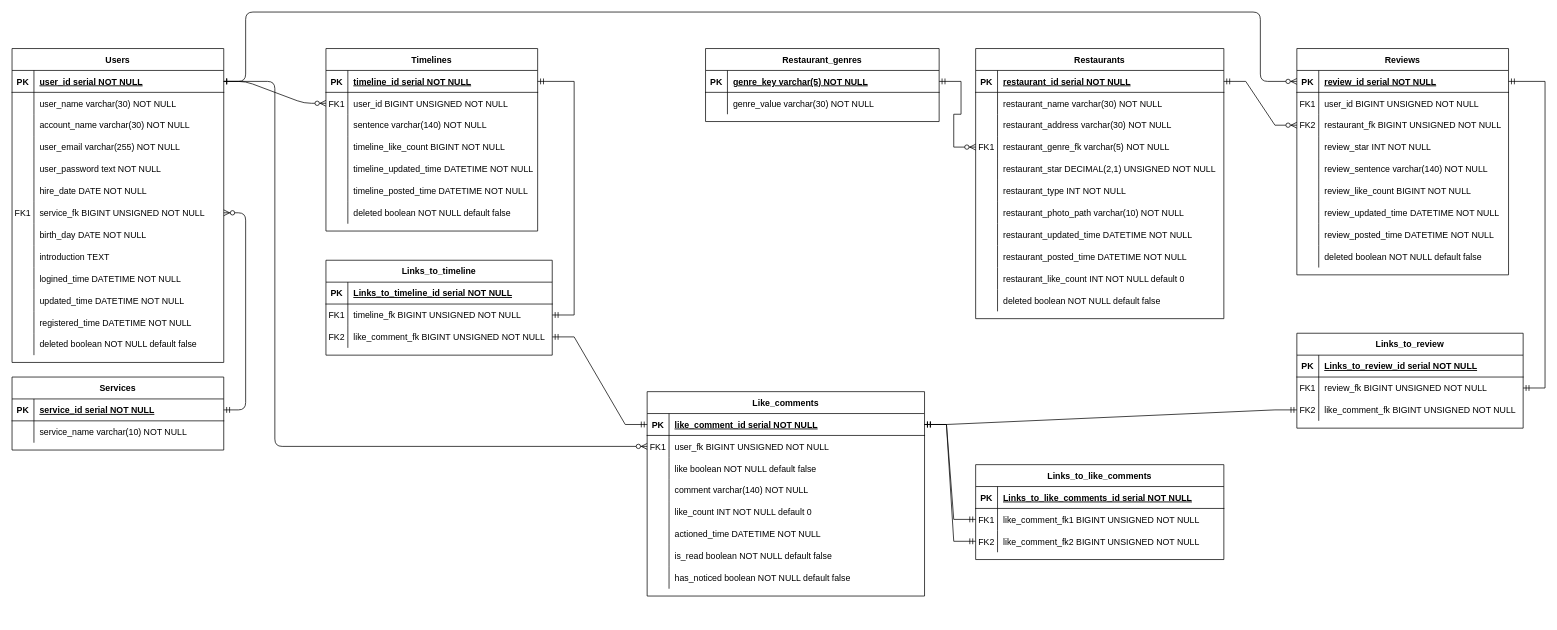
The draw.io diagram document/データベースER図.drawio in jumpei-kurata/SNS-API-BATCH, before the edit. Source tidied: cells renumbered, new cells numbered last; positions are measured from the earlier drawing's top-left corner, leaving out a move shared by most shapes. Both pictures are drawn from the tidied source at 73%, with x=0, y=0 at pixel (12, 12).
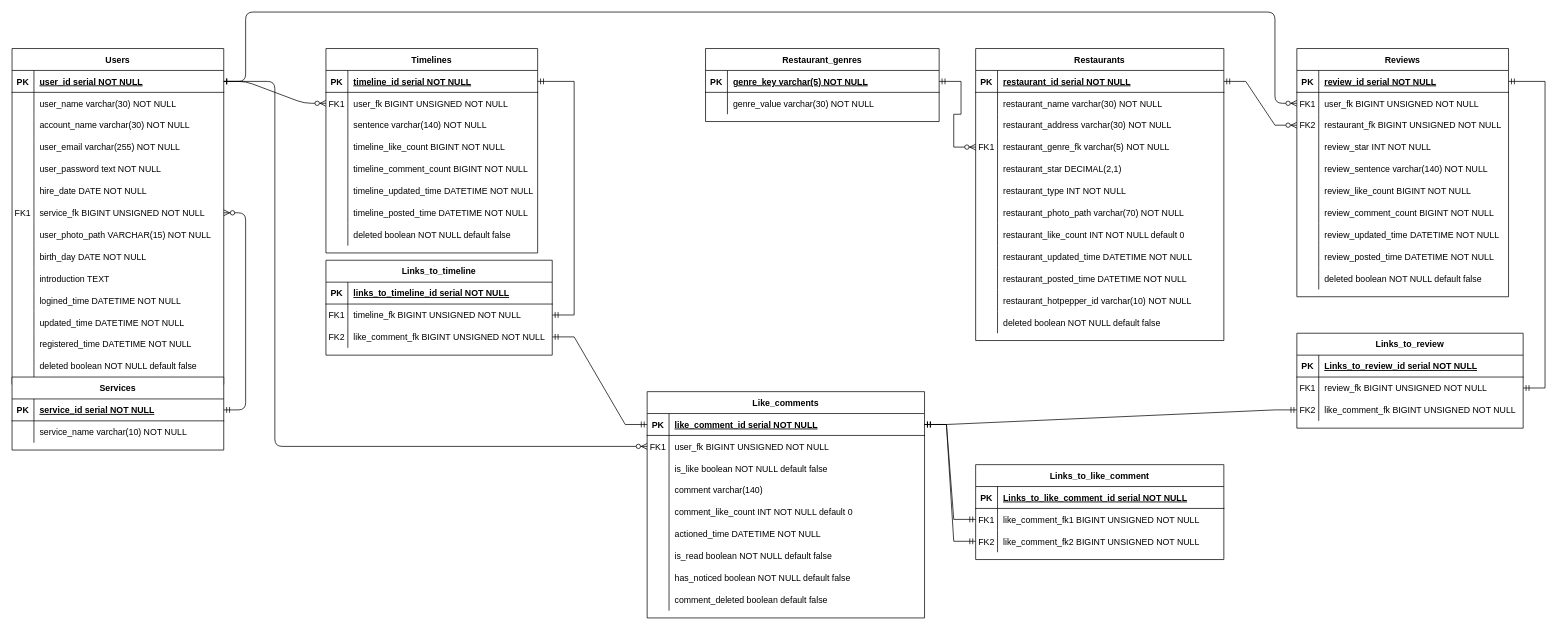
Above is the later version.

Commit message (it also covers changes not shown here):
SQL文を作成しました。 また、ER図も合わせて作成しました。

Unchanged cells that the change refers to:
```xml
<mxCell id="7" style="shape=partialRectangle;fillColor=none;points=[[0,0.5],[1,0.5]];portConstraint=eastwest;top=0;left=0;right=0;bottom=0;" parent="3" vertex="1">
  <mxGeometry y="60" width="290" height="30" as="geometry" />
</mxCell>
<mxCell id="26" style="shape=partialRectangle;fillColor=none;points=[[0,0.5],[1,0.5]];portConstraint=eastwest;top=0;left=0;right=0;bottom=1;" parent="25" vertex="1">
  <mxGeometry y="30" width="290" height="30" as="geometry" />
</mxCell>
<mxCell id="86" style="shape=partialRectangle;fillColor=none;top=0;left=0;right=0;bottom=0;" parent="73" vertex="1">
  <mxGeometry y="150" width="340" height="30" as="geometry" />
</mxCell>
<mxCell id="92" style="shape=partialRectangle;fillColor=none;top=0;left=0;right=0;bottom=0;" parent="73" vertex="1">
  <mxGeometry y="210" width="340" height="30" as="geometry" />
</mxCell>
<mxCell id="114" style="shape=partialRectangle;fillColor=none;top=0;left=0;right=0;bottom=0;" parent="107" vertex="1">
  <mxGeometry y="90" width="380" height="30" as="geometry" />
</mxCell>
<mxCell id="117" style="shape=partialRectangle;fillColor=none;top=0;left=0;right=0;bottom=0;" parent="107" vertex="1">
  <mxGeometry y="120" width="380" height="30" as="geometry" />
</mxCell>
<mxCell id="120" style="shape=partialRectangle;fillColor=none;top=0;left=0;right=0;bottom=0;" parent="107" vertex="1">
  <mxGeometry y="150" width="380" height="30" as="geometry" />
</mxCell>
<mxCell id="133" style="shape=partialRectangle;fillColor=none;top=0;left=0;right=0;bottom=1;" parent="132" vertex="1">
  <mxGeometry y="30" width="310" height="30" as="geometry" />
</mxCell>
<mxCell id="146" style="shape=partialRectangle;fillColor=none;points=[[0,0.5],[1,0.5]];portConstraint=eastwest;top=0;left=0;right=0;bottom=1;" parent="145" vertex="1">
  <mxGeometry y="30" width="290" height="30" as="geometry" />
</mxCell>
<mxCell id="149" style="shape=partialRectangle;fillColor=none;points=[[0,0.5],[1,0.5]];portConstraint=eastwest;top=0;left=0;right=0;bottom=0;" parent="145" vertex="1">
  <mxGeometry y="60" width="290" height="30" as="geometry" />
</mxCell>
<mxCell id="184" style="shape=partialRectangle;fillColor=none;top=0;left=0;right=0;bottom=1;" parent="183" vertex="1">
  <mxGeometry y="30" width="340" height="30" as="geometry" />
</mxCell>
```

Diff of the diagram source:
```diff
@@
     <mxCell id="3" value="Timelines" style="shape=table;startSize=30;childLayout=tableLayout;rowLines=0;fontStyle=1;align=center;" parent="1" vertex="1">
-      <mxGeometry x="430" y="50" width="290" height="250" as="geometry" />
+      <mxGeometry x="430" y="50" width="290" height="280" as="geometry" />
     </mxCell>
@@
-    <mxCell id="9" value="user_id BIGINT UNSIGNED NOT NULL" style="shape=partialRectangle;overflow=hidden;fillColor=none;top=0;left=0;bottom=0;right=0;align=left;spacingLeft=6;" parent="7" vertex="1">
+    <mxCell id="9" value="user_fk BIGINT UNSIGNED NOT NULL" style="shape=partialRectangle;overflow=hidden;fillColor=none;top=0;left=0;bottom=0;right=0;align=left;spacingLeft=6;" parent="7" vertex="1">
       <mxGeometry x="30" width="260" height="30" as="geometry" />
     </mxCell>
@@
+    <mxCell id="208" style="shape=partialRectangle;fillColor=none;top=0;left=0;right=0;bottom=0;" parent="3" vertex="1">
+      <mxGeometry y="150" width="290" height="30" as="geometry" />
+    </mxCell>
+    <mxCell id="209" style="shape=partialRectangle;overflow=hidden;fillColor=none;top=0;left=0;bottom=0;right=0;" parent="208" vertex="1">
+      <mxGeometry width="30" height="30" as="geometry" />
+    </mxCell>
+    <mxCell id="210" value="timeline_comment_count BIGINT NOT NULL" style="shape=partialRectangle;overflow=hidden;fillColor=none;top=0;left=0;bottom=0;right=0;align=left;spacingLeft=6;" parent="208" vertex="1">
+      <mxGeometry x="30" width="260" height="30" as="geometry" />
+    </mxCell>
     <mxCell id="16" style="shape=partialRectangle;fillColor=none;top=0;left=0;right=0;bottom=0;" parent="3" vertex="1">
-      <mxGeometry y="150" width="290" height="30" as="geometry" />
+      <mxGeometry y="180" width="290" height="30" as="geometry" />
     </mxCell>
@@
     <mxCell id="19" style="shape=partialRectangle;fillColor=none;top=0;left=0;right=0;bottom=0;" parent="3" vertex="1">
-      <mxGeometry y="180" width="290" height="30" as="geometry" />
+      <mxGeometry y="210" width="290" height="30" as="geometry" />
     </mxCell>
@@
     <mxCell id="22" style="shape=partialRectangle;fillColor=none;top=0;left=0;right=0;bottom=0;" parent="3" vertex="1">
-      <mxGeometry y="210" width="290" height="30" as="geometry" />
+      <mxGeometry y="240" width="290" height="30" as="geometry" />
     </mxCell>
@@
     <mxCell id="25" value="Users" style="shape=table;startSize=30;childLayout=tableLayout;rowLines=0;fontStyle=1;align=center;" parent="1" vertex="1">
-      <mxGeometry y="50" width="290" height="430" as="geometry" />
+      <mxGeometry y="50" width="290" height="460" as="geometry" />
     </mxCell>
@@
+    <mxCell id="211" style="shape=partialRectangle;fillColor=none;top=0;left=0;right=0;bottom=0;" parent="25" vertex="1">
+      <mxGeometry y="240" width="290" height="30" as="geometry" />
+    </mxCell>
+    <mxCell id="212" style="shape=partialRectangle;overflow=hidden;fillColor=none;top=0;left=0;bottom=0;right=0;" parent="211" vertex="1">
+      <mxGeometry width="30" height="30" as="geometry" />
+    </mxCell>
+    <mxCell id="213" value="user_photo_path VARCHAR(15) NOT NULL" style="shape=partialRectangle;overflow=hidden;fillColor=none;top=0;left=0;bottom=0;right=0;align=left;spacingLeft=6;" parent="211" vertex="1">
+      <mxGeometry x="30" width="260" height="30" as="geometry" />
+    </mxCell>
     <mxCell id="47" style="shape=partialRectangle;fillColor=none;top=0;left=0;right=0;bottom=0;" parent="25" vertex="1">
-      <mxGeometry y="240" width="290" height="30" as="geometry" />
+      <mxGeometry y="270" width="290" height="30" as="geometry" />
     </mxCell>
@@
     <mxCell id="50" style="shape=partialRectangle;fillColor=none;top=0;left=0;right=0;bottom=0;" parent="25" vertex="1">
-      <mxGeometry y="270" width="290" height="30" as="geometry" />
+      <mxGeometry y="300" width="290" height="30" as="geometry" />
     </mxCell>
@@
     <mxCell id="53" style="shape=partialRectangle;fillColor=none;top=0;left=0;right=0;bottom=0;" parent="25" vertex="1">
-      <mxGeometry y="300" width="290" height="30" as="geometry" />
+      <mxGeometry y="330" width="290" height="30" as="geometry" />
     </mxCell>
@@
     <mxCell id="56" style="shape=partialRectangle;fillColor=none;top=0;left=0;right=0;bottom=0;" parent="25" vertex="1">
-      <mxGeometry y="330" width="290" height="30" as="geometry" />
+      <mxGeometry y="360" width="290" height="30" as="geometry" />
     </mxCell>
@@
     <mxCell id="59" style="shape=partialRectangle;fillColor=none;top=0;left=0;right=0;bottom=0;" parent="25" vertex="1">
-      <mxGeometry y="360" width="290" height="30" as="geometry" />
+      <mxGeometry y="390" width="290" height="30" as="geometry" />
     </mxCell>
@@
     <mxCell id="62" style="shape=partialRectangle;fillColor=none;top=0;left=0;right=0;bottom=0;" parent="25" vertex="1">
-      <mxGeometry y="390" width="290" height="30" as="geometry" />
+      <mxGeometry y="420" width="290" height="30" as="geometry" />
     </mxCell>
@@
     <mxCell id="73" value="Restaurants" style="shape=table;startSize=30;childLayout=tableLayout;rowLines=0;fontStyle=1;align=center;" parent="1" vertex="1">
-      <mxGeometry x="1320" y="50" width="340" height="370" as="geometry" />
+      <mxGeometry x="1320" y="50" width="340" height="400" as="geometry" />
     </mxCell>
@@
-    <mxCell id="88" value="restaurant_star DECIMAL(2,1) UNSIGNED NOT NULL" style="shape=partialRectangle;overflow=hidden;fillColor=none;top=0;left=0;bottom=0;right=0;align=left;spacingLeft=6;" parent="86" vertex="1">
+    <mxCell id="88" value="restaurant_star DECIMAL(2,1)" style="shape=partialRectangle;overflow=hidden;fillColor=none;top=0;left=0;bottom=0;right=0;align=left;spacingLeft=6;" parent="86" vertex="1">
       <mxGeometry x="30" width="310" height="30" as="geometry" />
     </mxCell>
@@
-    <mxCell id="94" value="restaurant_photo_path varchar(10) NOT NULL" style="shape=partialRectangle;overflow=hidden;fillColor=none;top=0;left=0;bottom=0;right=0;align=left;spacingLeft=6;" parent="92" vertex="1">
+    <mxCell id="94" value="restaurant_photo_path varchar(70) NOT NULL" style="shape=partialRectangle;overflow=hidden;fillColor=none;top=0;left=0;bottom=0;right=0;align=left;spacingLeft=6;" parent="92" vertex="1">
       <mxGeometry x="30" width="310" height="30" as="geometry" />
     </mxCell>
+    <mxCell id="101" style="shape=partialRectangle;fillColor=none;top=0;left=0;right=0;bottom=0;" parent="73" vertex="1">
+      <mxGeometry y="240" width="340" height="30" as="geometry" />
+    </mxCell>
+    <mxCell id="102" style="shape=partialRectangle;overflow=hidden;fillColor=none;top=0;left=0;bottom=0;right=0;" parent="101" vertex="1">
+      <mxGeometry width="30" height="30" as="geometry" />
+    </mxCell>
+    <mxCell id="103" value="restaurant_like_count INT NOT NULL default 0" style="shape=partialRectangle;overflow=hidden;fillColor=none;top=0;left=0;bottom=0;right=0;align=left;spacingLeft=6;" parent="101" vertex="1">
+      <mxGeometry x="30" width="310" height="30" as="geometry" />
+    </mxCell>
     <mxCell id="95" style="shape=partialRectangle;fillColor=none;top=0;left=0;right=0;bottom=0;" parent="73" vertex="1">
-      <mxGeometry y="240" width="340" height="30" as="geometry" />
+      <mxGeometry y="270" width="340" height="30" as="geometry" />
     </mxCell>
@@
     <mxCell id="98" style="shape=partialRectangle;fillColor=none;top=0;left=0;right=0;bottom=0;" parent="73" vertex="1">
-      <mxGeometry y="270" width="340" height="30" as="geometry" />
+      <mxGeometry y="300" width="340" height="30" as="geometry" />
     </mxCell>
@@
-    <mxCell id="101" style="shape=partialRectangle;fillColor=none;top=0;left=0;right=0;bottom=0;" parent="73" vertex="1">
-      <mxGeometry y="300" width="340" height="30" as="geometry" />
-    </mxCell>
-    <mxCell id="102" style="shape=partialRectangle;overflow=hidden;fillColor=none;top=0;left=0;bottom=0;right=0;" parent="101" vertex="1">
-      <mxGeometry width="30" height="30" as="geometry" />
-    </mxCell>
-    <mxCell id="103" value="restaurant_like_count INT NOT NULL default 0" style="shape=partialRectangle;overflow=hidden;fillColor=none;top=0;left=0;bottom=0;right=0;align=left;spacingLeft=6;" parent="101" vertex="1">
-      <mxGeometry x="30" width="310" height="30" as="geometry" />
-    </mxCell>
+    <mxCell id="214" style="shape=partialRectangle;fillColor=none;top=0;left=0;right=0;bottom=0;" parent="73" vertex="1">
+      <mxGeometry y="330" width="340" height="30" as="geometry" />
+    </mxCell>
+    <mxCell id="215" style="shape=partialRectangle;overflow=hidden;fillColor=none;top=0;left=0;bottom=0;right=0;" parent="214" vertex="1">
+      <mxGeometry width="30" height="30" as="geometry" />
+    </mxCell>
+    <mxCell id="216" value="restaurant_hotpepper_id varchar(10) NOT NULL" style="shape=partialRectangle;overflow=hidden;fillColor=none;top=0;left=0;bottom=0;right=0;align=left;spacingLeft=6;" parent="214" vertex="1">
+      <mxGeometry x="30" width="310" height="30" as="geometry" />
+    </mxCell>
     <mxCell id="104" style="shape=partialRectangle;fillColor=none;top=0;left=0;right=0;bottom=0;" parent="73" vertex="1">
-      <mxGeometry y="330" width="340" height="30" as="geometry" />
+      <mxGeometry y="360" width="340" height="30" as="geometry" />
     </mxCell>
@@
     <mxCell id="107" value="Like_comments" style="shape=table;startSize=30;childLayout=tableLayout;rowLines=0;fontStyle=1;align=center;" parent="1" vertex="1">
-      <mxGeometry x="870" y="520" width="380" height="280" as="geometry" />
+      <mxGeometry x="870" y="520" width="380" height="310" as="geometry" />
     </mxCell>
@@
-    <mxCell id="116" value="like boolean NOT NULL default false" style="shape=partialRectangle;overflow=hidden;fillColor=none;top=0;left=0;bottom=0;right=0;align=left;spacingLeft=6;" parent="114" vertex="1">
+    <mxCell id="116" value="is_like boolean NOT NULL default false" style="shape=partialRectangle;overflow=hidden;fillColor=none;top=0;left=0;bottom=0;right=0;align=left;spacingLeft=6;" parent="114" vertex="1">
       <mxGeometry x="30" width="350" height="30" as="geometry" />
     </mxCell>
@@
-    <mxCell id="119" value="comment varchar(140) NOT NULL" style="shape=partialRectangle;overflow=hidden;fillColor=none;top=0;left=0;bottom=0;right=0;align=left;spacingLeft=6;" parent="117" vertex="1">
+    <mxCell id="119" value="comment varchar(140)" style="shape=partialRectangle;overflow=hidden;fillColor=none;top=0;left=0;bottom=0;right=0;align=left;spacingLeft=6;" parent="117" vertex="1">
       <mxGeometry x="30" width="350" height="30" as="geometry" />
     </mxCell>
@@
-    <mxCell id="122" value="like_count INT NOT NULL default 0" style="shape=partialRectangle;overflow=hidden;fillColor=none;top=0;left=0;bottom=0;right=0;align=left;spacingLeft=6;" parent="120" vertex="1">
+    <mxCell id="122" value="comment_like_count INT NOT NULL default 0" style="shape=partialRectangle;overflow=hidden;fillColor=none;top=0;left=0;bottom=0;right=0;align=left;spacingLeft=6;" parent="120" vertex="1">
       <mxGeometry x="30" width="350" height="30" as="geometry" />
     </mxCell>
@@
+    <mxCell id="217" style="shape=partialRectangle;fillColor=none;top=0;left=0;right=0;bottom=0;" parent="107" vertex="1">
+      <mxGeometry y="270" width="380" height="30" as="geometry" />
+    </mxCell>
+    <mxCell id="218" style="shape=partialRectangle;overflow=hidden;fillColor=none;top=0;left=0;bottom=0;right=0;" parent="217" vertex="1">
+      <mxGeometry width="30" height="30" as="geometry" />
+    </mxCell>
+    <mxCell id="219" value="comment_deleted boolean default false" style="shape=partialRectangle;overflow=hidden;fillColor=none;top=0;left=0;bottom=0;right=0;align=left;spacingLeft=6;" parent="217" vertex="1">
+      <mxGeometry x="30" width="350" height="30" as="geometry" />
+    </mxCell>
@@
-    <mxCell id="135" value="Links_to_timeline_id serial NOT NULL " style="shape=partialRectangle;overflow=hidden;fillColor=none;top=0;left=0;bottom=0;right=0;align=left;spacingLeft=6;fontStyle=5;" parent="133" vertex="1">
+    <mxCell id="135" value="links_to_timeline_id serial NOT NULL " style="shape=partialRectangle;overflow=hidden;fillColor=none;top=0;left=0;bottom=0;right=0;align=left;spacingLeft=6;fontStyle=5;" parent="133" vertex="1">
       <mxGeometry x="30" width="280" height="30" as="geometry" />
     </mxCell>
@@
     <mxCell id="145" value="Reviews" style="shape=table;startSize=30;childLayout=tableLayout;rowLines=0;fontStyle=1;align=center;" parent="1" vertex="1">
-      <mxGeometry x="1760" y="50" width="290" height="310" as="geometry" />
+      <mxGeometry x="1760" y="50" width="290" height="340" as="geometry" />
     </mxCell>
@@
-    <mxCell id="151" value="user_id BIGINT UNSIGNED NOT NULL" style="shape=partialRectangle;overflow=hidden;fillColor=none;top=0;left=0;bottom=0;right=0;align=left;spacingLeft=6;" parent="149" vertex="1">
+    <mxCell id="151" value="user_fk BIGINT UNSIGNED NOT NULL" style="shape=partialRectangle;overflow=hidden;fillColor=none;top=0;left=0;bottom=0;right=0;align=left;spacingLeft=6;" parent="149" vertex="1">
       <mxGeometry x="30" width="260" height="30" as="geometry" />
     </mxCell>
@@
+    <mxCell id="220" style="shape=partialRectangle;fillColor=none;top=0;left=0;right=0;bottom=0;" parent="145" vertex="1">
+      <mxGeometry y="210" width="290" height="30" as="geometry" />
+    </mxCell>
+    <mxCell id="221" style="shape=partialRectangle;overflow=hidden;fillColor=none;top=0;left=0;bottom=0;right=0;" parent="220" vertex="1">
+      <mxGeometry width="30" height="30" as="geometry" />
+    </mxCell>
+    <mxCell id="222" value="review_comment_count BIGINT NOT NULL" style="shape=partialRectangle;overflow=hidden;fillColor=none;top=0;left=0;bottom=0;right=0;align=left;spacingLeft=6;" parent="220" vertex="1">
+      <mxGeometry x="30" width="260" height="30" as="geometry" />
+    </mxCell>
     <mxCell id="164" style="shape=partialRectangle;fillColor=none;top=0;left=0;right=0;bottom=0;" parent="145" vertex="1">
-      <mxGeometry y="210" width="290" height="30" as="geometry" />
+      <mxGeometry y="240" width="290" height="30" as="geometry" />
     </mxCell>
@@
     <mxCell id="167" style="shape=partialRectangle;fillColor=none;top=0;left=0;right=0;bottom=0;" parent="145" vertex="1">
-      <mxGeometry y="240" width="290" height="30" as="geometry" />
+      <mxGeometry y="270" width="290" height="30" as="geometry" />
     </mxCell>
@@
     <mxCell id="170" style="shape=partialRectangle;fillColor=none;top=0;left=0;right=0;bottom=0;" parent="145" vertex="1">
-      <mxGeometry y="270" width="290" height="30" as="geometry" />
+      <mxGeometry y="300" width="290" height="30" as="geometry" />
     </mxCell>
@@
-    <mxCell id="183" value="Links_to_like_comments" style="shape=table;startSize=30;childLayout=tableLayout;rowLines=0;fontStyle=1;align=center;" parent="1" vertex="1">
+    <mxCell id="183" value="Links_to_like_comment" style="shape=table;startSize=30;childLayout=tableLayout;rowLines=0;fontStyle=1;align=center;" parent="1" vertex="1">
       <mxGeometry x="1320" y="620" width="340" height="130" as="geometry" />
     </mxCell>
@@
-    <mxCell id="186" value="Links_to_like_comments_id serial NOT NULL " style="shape=partialRectangle;overflow=hidden;fillColor=none;top=0;left=0;bottom=0;right=0;align=left;spacingLeft=6;fontStyle=5;" parent="184" vertex="1">
+    <mxCell id="186" value="Links_to_like_comment_id serial NOT NULL " style="shape=partialRectangle;overflow=hidden;fillColor=none;top=0;left=0;bottom=0;right=0;align=left;spacingLeft=6;fontStyle=5;" parent="184" vertex="1">
       <mxGeometry x="30" width="310" height="30" as="geometry" />
     </mxCell>
@@
-    <mxCell id="207" style="edgeStyle=orthogonalEdgeStyle;endArrow=ERzeroToMany;startArrow=ERone;endFill=1;startFill=0;" parent="1" edge="1" source="26" target="146">
+    <mxCell id="207" style="edgeStyle=orthogonalEdgeStyle;endArrow=ERzeroToMany;startArrow=ERone;endFill=1;startFill=0;" parent="1" edge="1" source="26" target="149">
       <mxGeometry relative="1" as="geometry">
         <Array as="points">
           <mxPoint x="320" y="95" />
           <mxPoint x="320" />
-          <mxPoint x="1710" />
-          <mxPoint x="1710" y="95" />
+          <mxPoint x="1730" />
+          <mxPoint x="1730" y="125" />
         </Array>
       </mxGeometry>
     </mxCell>
```
